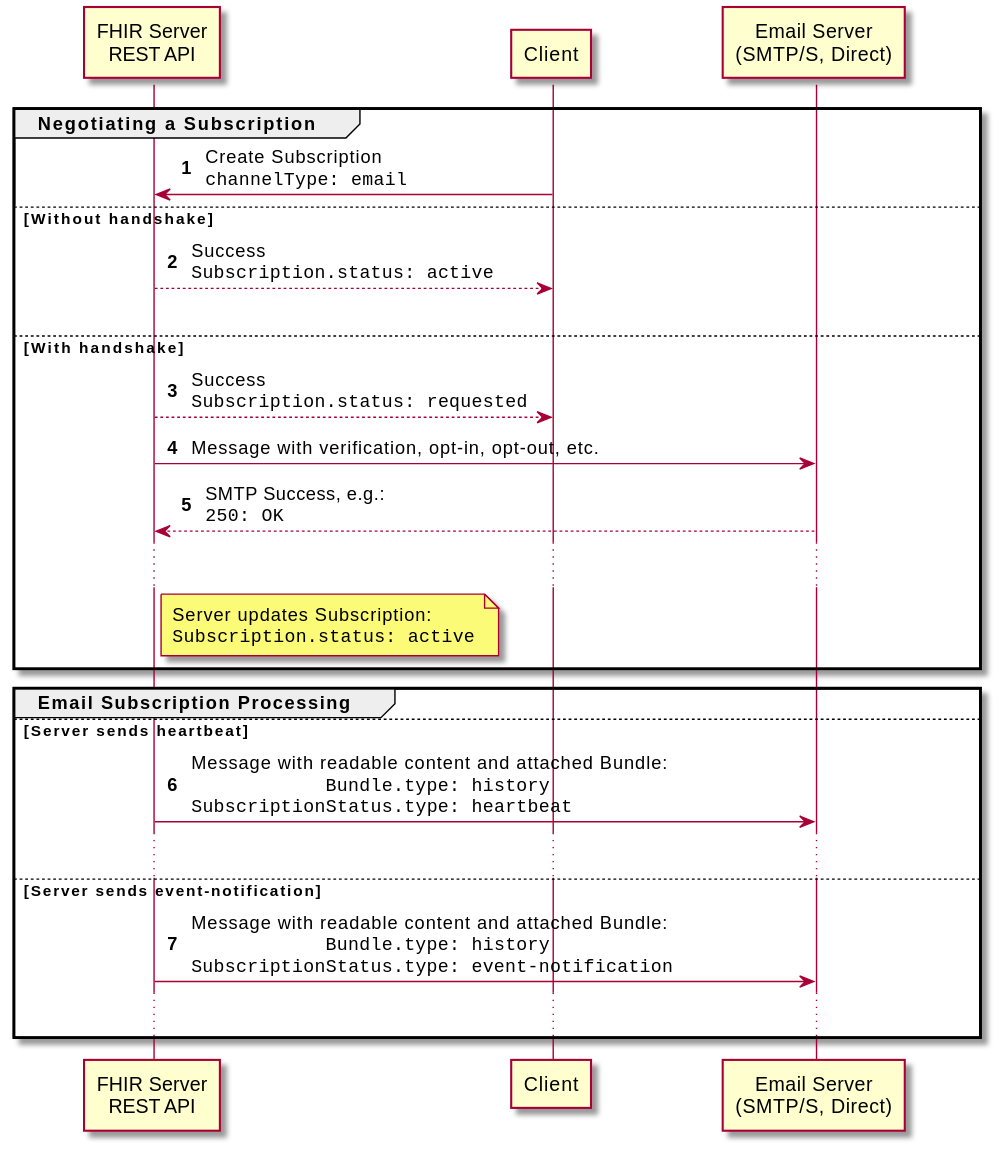
The PlantUML diagram images/subscriptions/subscription-channel-email.svg in HL7/fhir, before a commit.
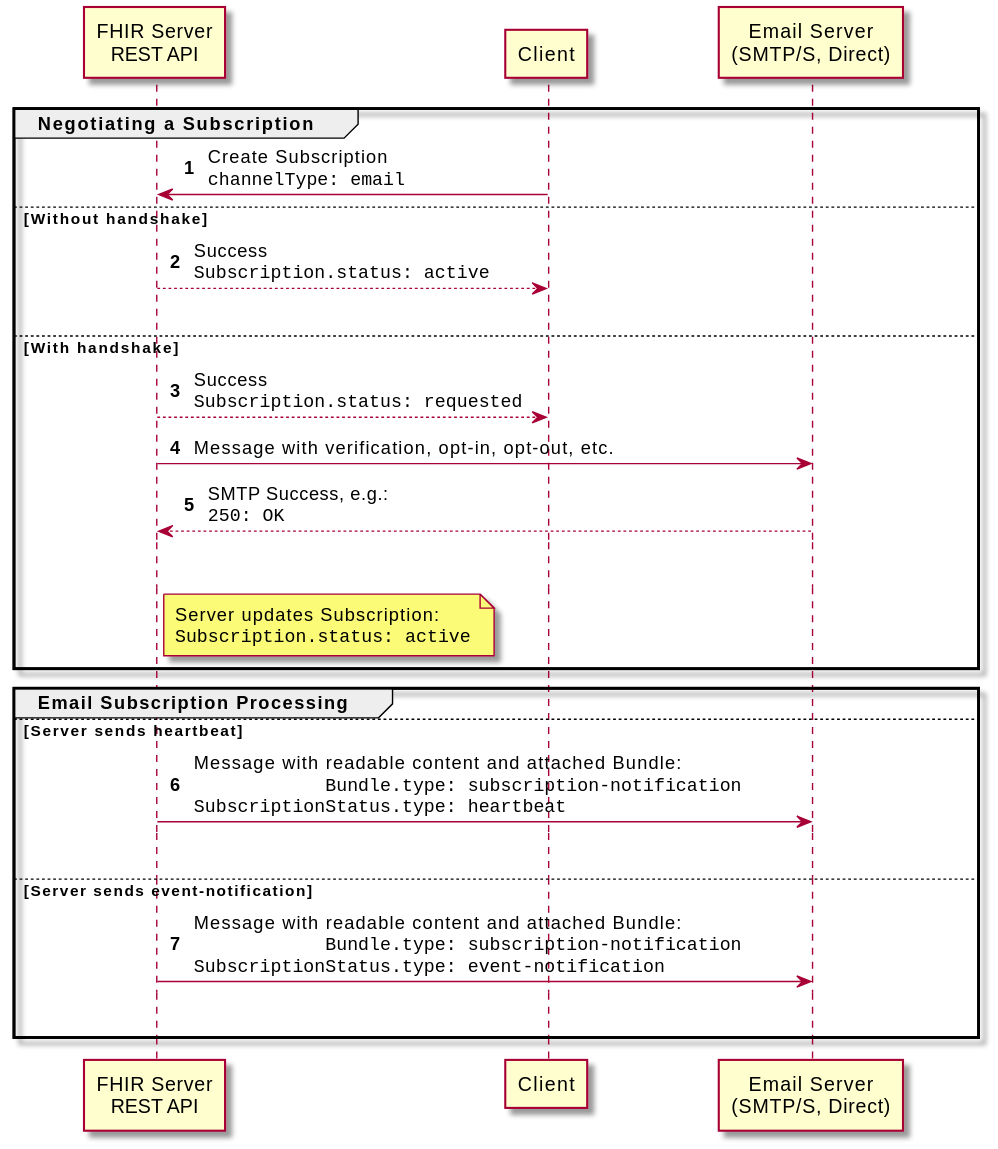
The same file after the commit.

Commit message:
FHIR-47351 - fix bundle type in workflow diagrams

The edit, as a diff of the source:
```diff
@@ -1,4 +1,5 @@
 @startuml
+skin rose
 skinparam NoteTextAlignment left
 skinparam Padding 2
 skinparam ParticipantPadding 40
@@ -11,14 +12,14 @@
 
 
 group Negotiating a Subscription
-  C->S: Create Subscription\n""channelType: email""
+  C -> S: Create Subscription\n""channelType: email""
 else Without handshake
-  S-->C: Success\n""Subscription.status: active""
+  S --> C: Success\n""Subscription.status: active""
   |||
 else With handshake
-  S-->C: Success\n""Subscription.status: requested""
+  S --> C: Success\n""Subscription.status: requested""
 
-  S->E: Message with verification, opt-in, opt-out, etc.
+  S -> E: Message with verification, opt-in, opt-out, etc.
   return SMTP Success, e.g.:\n""250: OK""
 
   ...
@@ -32,10 +33,10 @@
 
 group Email Subscription Processing
 else Server sends heartbeat
-    S->E: Message with readable content and attached Bundle:\n""            Bundle.type: history""\n""SubscriptionStatus.type: heartbeat""
+    S -> E: Message with readable content and attached Bundle:\n""            Bundle.type: subscription-notification""\n""SubscriptionStatus.type: heartbeat""
     ...
 else Server sends event-notification
-    S->E: Message with readable content and attached Bundle:\n""            Bundle.type: history""\n""SubscriptionStatus.type: event-notification""
+    S -> E: Message with readable content and attached Bundle:\n""            Bundle.type: subscription-notification""\n""SubscriptionStatus.type: event-notification""
     ...
 end
 @enduml
```
